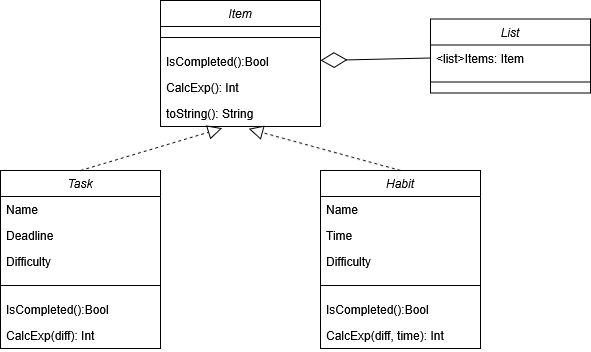
Fabiancipher/Habitra keeps this draw.io diagram as Diagrams/Class_Items.drawio.png. Above is the earlier version. Source tidied: cells renumbered, new cells last; positions are measured from the earlier drawing's top-left corner, leaving out a move shared by most shapes.
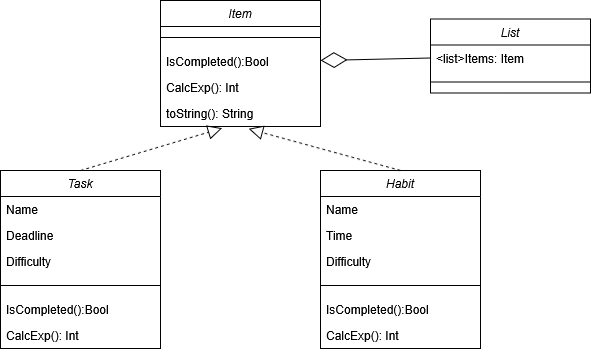
The same diagram one commit later.

Diff of the diagram source:
```diff
@@ -44,7 +44,7 @@
     <mxCell id="15" value="IsCompleted():Bool" style="text;align=left;verticalAlign=top;spacingLeft=4;spacingRight=4;overflow=hidden;" parent="10" vertex="1">
       <mxGeometry y="126" width="160" height="26" as="geometry" />
     </mxCell>
-    <mxCell id="16" value="CalcExp(diff): Int" style="text;align=left;verticalAlign=top;spacingLeft=4;spacingRight=4;overflow=hidden;" parent="10" vertex="1">
+    <mxCell id="16" value="CalcExp(): Int" style="text;align=left;verticalAlign=top;spacingLeft=4;spacingRight=4;overflow=hidden;" parent="10" vertex="1">
       <mxGeometry y="152" width="160" height="26" as="geometry" />
     </mxCell>
     <mxCell id="17" value="Habit" style="swimlane;fontStyle=2;align=center;verticalAlign=top;horizontal=1;startSize=26;rounded=0;shadow=0;strokeWidth=1;" parent="1" vertex="1">
@@ -65,7 +65,7 @@
     <mxCell id="22" value="IsCompleted():Bool" style="text;align=left;verticalAlign=top;spacingLeft=4;spacingRight=4;overflow=hidden;" parent="17" vertex="1">
       <mxGeometry y="126" width="160" height="26" as="geometry" />
     </mxCell>
-    <mxCell id="23" value="CalcExp(diff, time): Int" style="text;align=left;verticalAlign=top;spacingLeft=4;spacingRight=4;overflow=hidden;" parent="17" vertex="1">
+    <mxCell id="23" value="CalcExp(): Int" style="text;align=left;verticalAlign=top;spacingLeft=4;spacingRight=4;overflow=hidden;" parent="17" vertex="1">
       <mxGeometry y="152" width="160" height="26" as="geometry" />
     </mxCell>
     <mxCell id="24" style="endArrow=block;dashed=1;endFill=0;endSize=12;html=1;rounded=0;exitX=0.5;exitY=0;exitDx=0;exitDy=0;entryX=0.386;entryY=1.062;entryDx=0;entryDy=0;entryPerimeter=0;" parent="1" edge="1" source="10" target="6">
```
